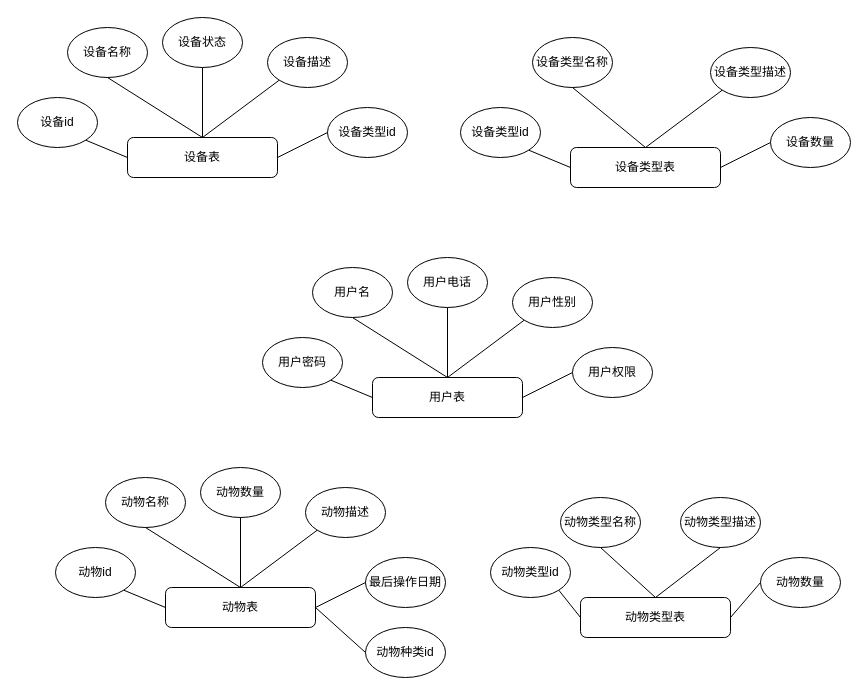
specychicken/drawIO2 keeps this draw.io diagram as 养殖场管理系统.drawio. Above is the earlier version. Source tidied: cells renumbered, new cells numbered last; positions are measured from the earlier drawing's top-left corner, leaving out a move shared by most shapes. Both pictures are drawn from the tidied source at 100%, with x=0, y=0 at pixel (17, 17).
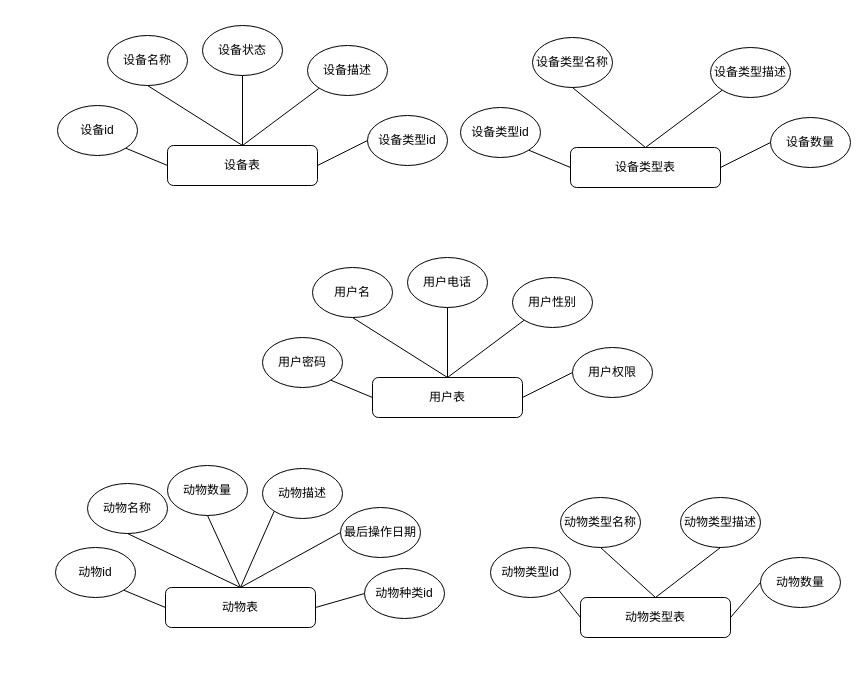
The same diagram, later.

Commit message (it also covers changes not shown here):
更新养殖场管理系统.drawio

The change refers to these unchanged cells:
```xml
<mxCell id="24" value="动物表" style="rounded=1;whiteSpace=wrap;html=1;" parent="1" vertex="1">
  <mxGeometry x="148" y="570" width="150" height="40" as="geometry" />
</mxCell>
```

What changed in the source:
```diff
@@
     <mxCell id="13" value="设备表" style="rounded=1;whiteSpace=wrap;html=1;" parent="1" vertex="1">
-      <mxGeometry x="110" y="120" width="150" height="40" as="geometry" />
+      <mxGeometry x="150" y="128" width="150" height="40" as="geometry" />
     </mxCell>
     <mxCell id="14" value="设备名称" style="ellipse;whiteSpace=wrap;html=1;" parent="1" vertex="1">
-      <mxGeometry x="50" y="10" width="80" height="50" as="geometry" />
+      <mxGeometry x="90" y="18" width="80" height="50" as="geometry" />
     </mxCell>
     <mxCell id="15" value="设备状态" style="ellipse;whiteSpace=wrap;html=1;" parent="1" vertex="1">
-      <mxGeometry x="145" width="80" height="50" as="geometry" />
+      <mxGeometry x="185" y="8" width="80" height="50" as="geometry" />
     </mxCell>
     <mxCell id="16" value="设备id" style="ellipse;whiteSpace=wrap;html=1;" parent="1" vertex="1">
-      <mxGeometry y="80" width="80" height="50" as="geometry" />
+      <mxGeometry x="40" y="88" width="80" height="50" as="geometry" />
     </mxCell>
     <mxCell id="17" value="设备描述" style="ellipse;whiteSpace=wrap;html=1;" parent="1" vertex="1">
-      <mxGeometry x="250" y="20" width="80" height="50" as="geometry" />
+      <mxGeometry x="290" y="28" width="80" height="50" as="geometry" />
     </mxCell>
     <mxCell id="18" value="设备类型id" style="ellipse;whiteSpace=wrap;html=1;" parent="1" vertex="1">
-      <mxGeometry x="310" y="90" width="80" height="50" as="geometry" />
+      <mxGeometry x="350" y="98" width="80" height="50" as="geometry" />
     </mxCell>
@@
     <mxCell id="25" value="动物名称" style="ellipse;whiteSpace=wrap;html=1;" parent="1" vertex="1">
-      <mxGeometry x="88" y="460" width="80" height="50" as="geometry" />
+      <mxGeometry x="70" y="466" width="80" height="50" as="geometry" />
     </mxCell>
     <mxCell id="26" value="动物数量" style="ellipse;whiteSpace=wrap;html=1;" parent="1" vertex="1">
-      <mxGeometry x="183" y="450" width="80" height="50" as="geometry" />
+      <mxGeometry x="150" y="448" width="80" height="50" as="geometry" />
     </mxCell>
@@
     <mxCell id="28" value="动物描述" style="ellipse;whiteSpace=wrap;html=1;" parent="1" vertex="1">
-      <mxGeometry x="288" y="470" width="80" height="50" as="geometry" />
+      <mxGeometry x="245" y="451" width="80" height="50" as="geometry" />
     </mxCell>
     <mxCell id="29" value="最后操作日期" style="ellipse;whiteSpace=wrap;html=1;" parent="1" vertex="1">
-      <mxGeometry x="348" y="540" width="80" height="50" as="geometry" />
+      <mxGeometry x="323" y="490" width="80" height="50" as="geometry" />
     </mxCell>
@@
-    <mxCell id="34" style="endArrow=none;html=1;rounded=0;entryX=0;entryY=0.5;entryDx=0;entryDy=0;exitX=1;exitY=0.5;exitDx=0;exitDy=0;" parent="1" edge="1" source="24" target="29">
+    <mxCell id="34" style="endArrow=none;html=1;rounded=0;entryX=0;entryY=0.5;entryDx=0;entryDy=0;exitX=0.5;exitY=0;exitDx=0;exitDy=0;" parent="1" edge="1" source="24" target="29">
       <mxGeometry relative="1" as="geometry" />
     </mxCell>
     <mxCell id="35" value="动物种类id" style="ellipse;whiteSpace=wrap;html=1;" parent="1" vertex="1">
-      <mxGeometry x="348" y="610" width="80" height="50" as="geometry" />
+      <mxGeometry x="347" y="551" width="80" height="50" as="geometry" />
     </mxCell>
```
